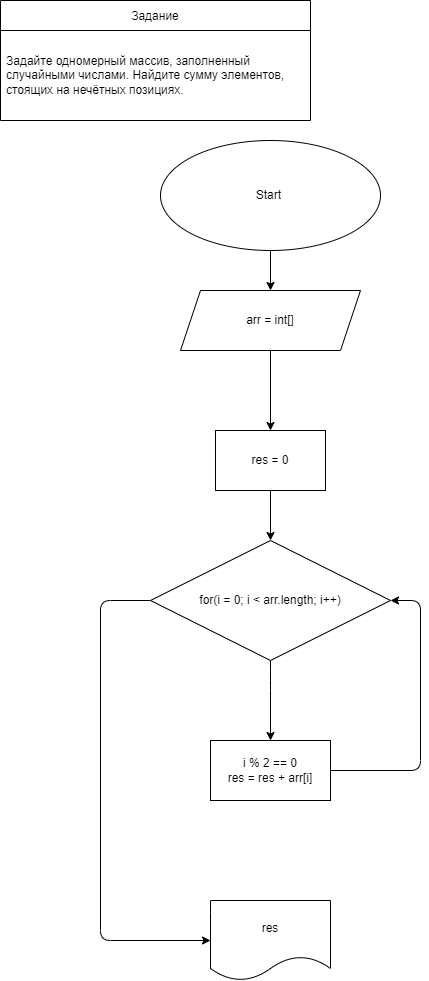
This is Lesson5/Ex_38/Scheme.drawio.png from redan/C-_practice, a draw.io export, as it was before one commit. Source tidied: cells renumbered, new cells last; positions are measured from the earlier drawing's top-left corner, leaving out a move shared by most shapes. The source it was exported from:
```xml
<mxGraphModel>
  <root>
    <mxCell id="0" />
    <mxCell id="1" parent="0" />
    <mxCell id="2" value="Задание" style="swimlane;fontStyle=0;horizontal=1;startSize=30;" parent="1" vertex="1">
      <mxGeometry width="310" height="120" as="geometry" />
    </mxCell>
    <mxCell id="3" value="Задайте одномерный массив, заполненный случайными числами. Найдите сумму элементов, стоящих на нечётных позициях." style="text;strokeColor=none;fillColor=none;align=left;verticalAlign=middle;spacingLeft=4;spacingRight=4;overflow=hidden;whiteSpace=wrap;" parent="2" vertex="1">
      <mxGeometry y="30" width="310" height="90" as="geometry" />
    </mxCell>
    <mxCell id="4" style="edgeStyle=none;html=1;" parent="1" edge="1" source="5" target="7">
      <mxGeometry relative="1" as="geometry" />
    </mxCell>
    <mxCell id="5" value="Start&amp;nbsp;&lt;br style=&quot;font-size: 14px&quot;&gt;" style="ellipse;whiteSpace=wrap;html=1;" parent="1" vertex="1">
      <mxGeometry x="160" y="140" width="220" height="110" as="geometry" />
    </mxCell>
    <mxCell id="6" style="edgeStyle=none;html=1;" parent="1" edge="1" source="7">
      <mxGeometry relative="1" as="geometry">
        <mxPoint x="270" y="430" as="targetPoint" />
      </mxGeometry>
    </mxCell>
    <mxCell id="7" value="arr = int[]" style="shape=parallelogram;perimeter=parallelogramPerimeter;whiteSpace=wrap;html=1;fixedSize=1;" parent="1" vertex="1">
      <mxGeometry x="180" y="290" width="180" height="60" as="geometry" />
    </mxCell>
    <mxCell id="8" value="res" style="shape=document;whiteSpace=wrap;html=1;boundedLbl=1;" parent="1" vertex="1">
      <mxGeometry x="210" y="900" width="120" height="80" as="geometry" />
    </mxCell>
    <mxCell id="9" style="edgeStyle=none;html=1;entryX=0.5;entryY=0;entryDx=0;entryDy=0;" parent="1" edge="1" source="10" target="13">
      <mxGeometry relative="1" as="geometry" />
    </mxCell>
    <mxCell id="10" value="res = 0" style="whiteSpace=wrap;html=1;" parent="1" vertex="1">
      <mxGeometry x="215" y="430" width="110" height="60" as="geometry" />
    </mxCell>
    <mxCell id="11" style="edgeStyle=none;html=1;entryX=0;entryY=0.5;entryDx=0;entryDy=0;" parent="1" edge="1" source="13" target="8">
      <mxGeometry relative="1" as="geometry">
        <Array as="points">
          <mxPoint x="100" y="600" />
          <mxPoint x="100" y="940" />
        </Array>
      </mxGeometry>
    </mxCell>
    <mxCell id="12" style="edgeStyle=none;html=1;entryX=0.5;entryY=0;entryDx=0;entryDy=0;" parent="1" edge="1" source="13" target="15">
      <mxGeometry relative="1" as="geometry">
        <Array as="points">
          <mxPoint x="270" y="680" />
        </Array>
      </mxGeometry>
    </mxCell>
    <mxCell id="13" value="for(i = 0; i &amp;lt; arr.length; i++)" style="rhombus;whiteSpace=wrap;html=1;" parent="1" vertex="1">
      <mxGeometry x="150" y="540" width="240" height="120" as="geometry" />
    </mxCell>
    <mxCell id="14" style="edgeStyle=none;html=1;entryX=1;entryY=0.5;entryDx=0;entryDy=0;" parent="1" edge="1" source="15" target="13">
      <mxGeometry relative="1" as="geometry">
        <Array as="points">
          <mxPoint x="420" y="770" />
          <mxPoint x="420" y="600" />
        </Array>
      </mxGeometry>
    </mxCell>
    <mxCell id="15" value="i % 2 == 0&lt;br&gt;res = res + arr[i]" style="whiteSpace=wrap;html=1;" parent="1" vertex="1">
      <mxGeometry x="210" y="740" width="120" height="60" as="geometry" />
    </mxCell>
  </root>
</mxGraphModel>
```
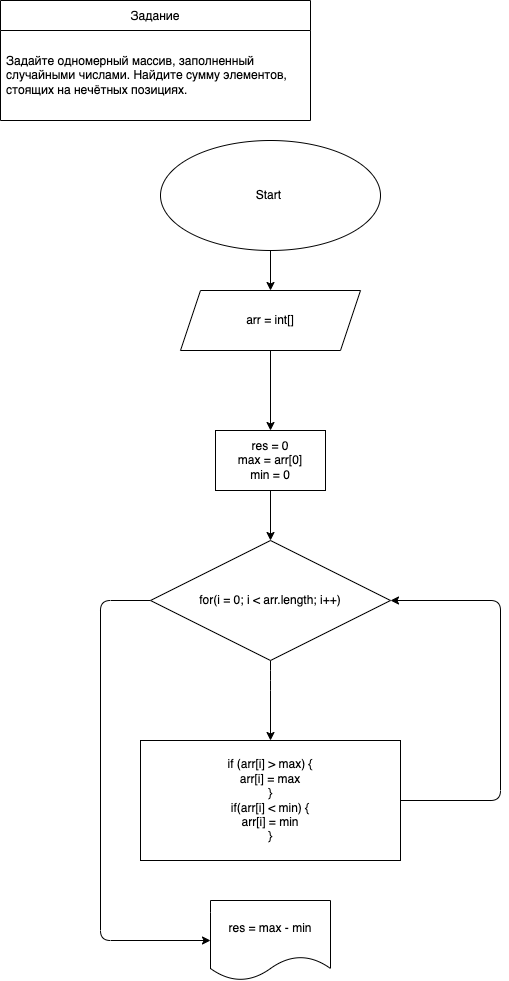
After the change.

What changed in the source:
```diff
@@ -22,13 +22,13 @@
     <mxCell id="7" value="arr = int[]" style="shape=parallelogram;perimeter=parallelogramPerimeter;whiteSpace=wrap;html=1;fixedSize=1;" parent="1" vertex="1">
       <mxGeometry x="180" y="290" width="180" height="60" as="geometry" />
     </mxCell>
-    <mxCell id="8" value="res" style="shape=document;whiteSpace=wrap;html=1;boundedLbl=1;" parent="1" vertex="1">
+    <mxCell id="8" value="res = max - min" style="shape=document;whiteSpace=wrap;html=1;boundedLbl=1;" parent="1" vertex="1">
       <mxGeometry x="210" y="900" width="120" height="80" as="geometry" />
     </mxCell>
     <mxCell id="9" style="edgeStyle=none;html=1;entryX=0.5;entryY=0;entryDx=0;entryDy=0;" parent="1" edge="1" source="10" target="13">
       <mxGeometry relative="1" as="geometry" />
     </mxCell>
-    <mxCell id="10" value="res = 0" style="whiteSpace=wrap;html=1;" parent="1" vertex="1">
+    <mxCell id="10" value="res = 0&lt;br&gt;max = arr[0]&lt;br&gt;min = 0" style="whiteSpace=wrap;html=1;" parent="1" vertex="1">
       <mxGeometry x="215" y="430" width="110" height="60" as="geometry" />
     </mxCell>
     <mxCell id="11" style="edgeStyle=none;html=1;entryX=0;entryY=0.5;entryDx=0;entryDy=0;" parent="1" edge="1" source="13" target="8">
@@ -52,13 +52,13 @@
     <mxCell id="14" style="edgeStyle=none;html=1;entryX=1;entryY=0.5;entryDx=0;entryDy=0;" parent="1" edge="1" source="15" target="13">
       <mxGeometry relative="1" as="geometry">
         <Array as="points">
-          <mxPoint x="420" y="770" />
-          <mxPoint x="420" y="600" />
+          <mxPoint x="500" y="800" />
+          <mxPoint x="500" y="600" />
         </Array>
       </mxGeometry>
     </mxCell>
-    <mxCell id="15" value="i % 2 == 0&lt;br&gt;res = res + arr[i]" style="whiteSpace=wrap;html=1;" parent="1" vertex="1">
-      <mxGeometry x="210" y="740" width="120" height="60" as="geometry" />
+    <mxCell id="15" value="if (arr[i] &amp;gt; max) {&lt;br&gt;arr[i] = max&lt;br&gt;}&lt;br&gt;if(arr[i] &amp;lt; min) {&lt;br&gt;arr[i] = min&lt;br&gt;}" style="whiteSpace=wrap;html=1;" parent="1" vertex="1">
+      <mxGeometry x="140" y="740" width="260" height="120" as="geometry" />
     </mxCell>
   </root>
 </mxGraphModel>
```
